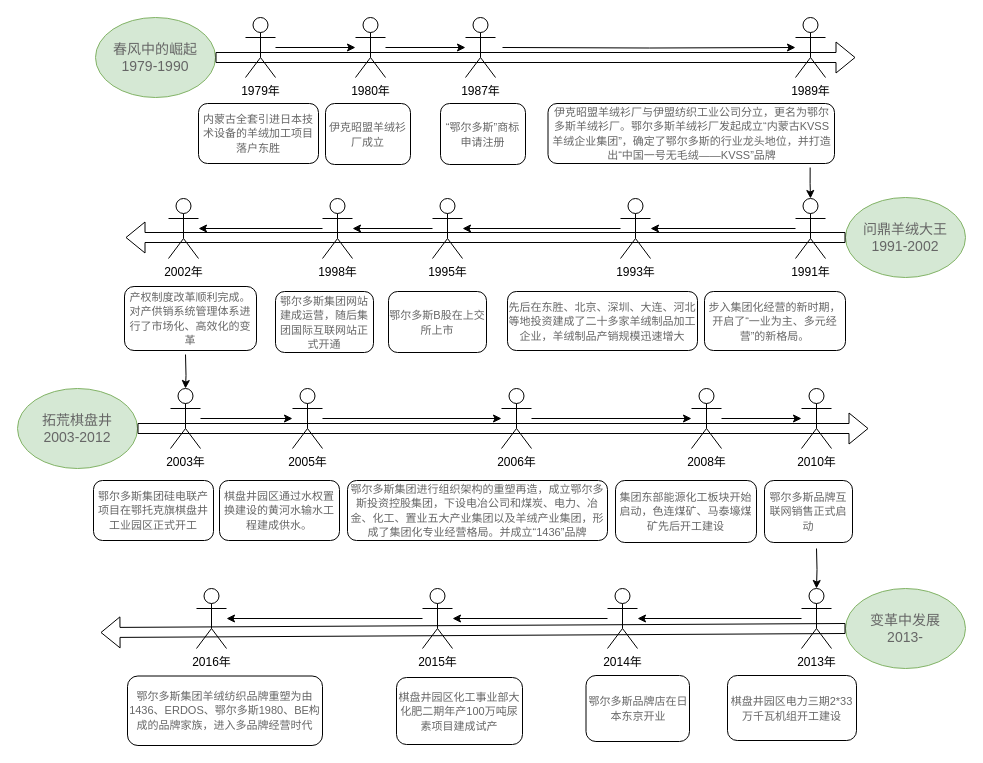
quizhi44/linklink keeps this draw.io diagram as 未命名绘图.drawio. Above is the earlier version. Source tidied: cells renumbered, new cells numbered last; positions are measured from the earlier drawing's top-left corner, leaving out a move shared by most shapes. Both pictures are drawn from the tidied source at 100%, with x=0, y=0 at pixel (17, 17).
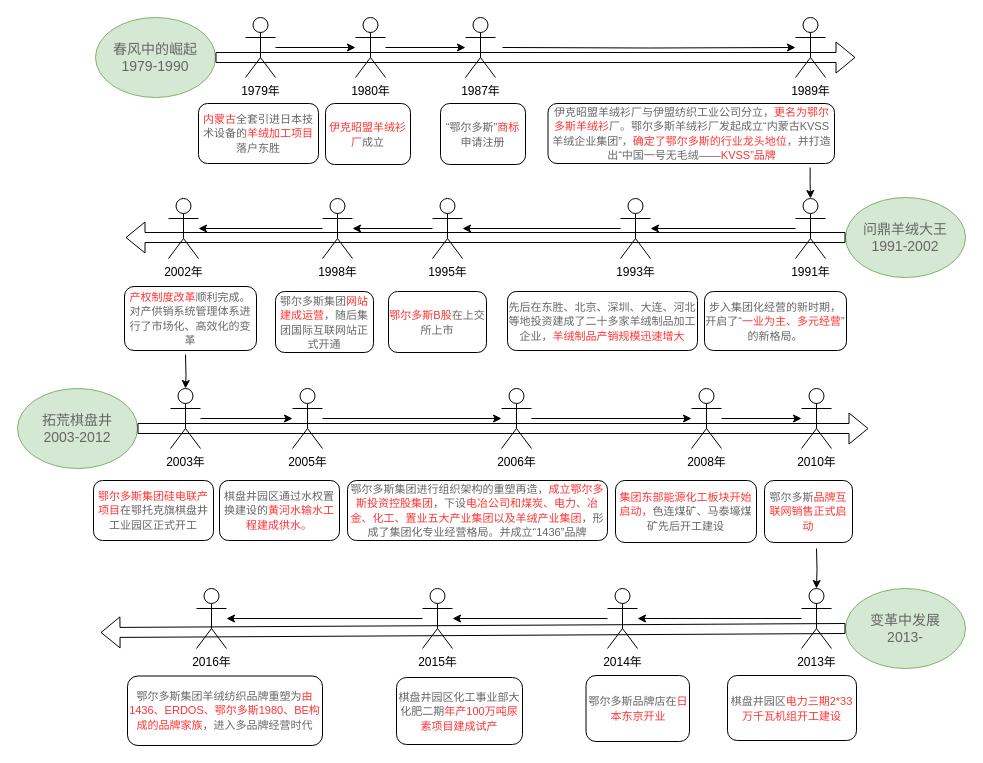
The same diagram, later.

The edit, as a diff of the source:
```diff
@@
-    <mxCell id="18" value="&lt;span style=&quot;color: rgb(102, 102, 102); font-family: 微软雅黑, Arial, Helvetica, sans-serif; font-size: 11px; text-align: left; text-indent: 28px;&quot;&gt;内蒙古全套引进日本技术设备的羊绒加工项目落户东胜&lt;/span&gt;" style="rounded=1;whiteSpace=wrap;html=1;" parent="1" vertex="1">
+    <mxCell id="18" value="&lt;span style=&quot;font-family: 微软雅黑, Arial, Helvetica, sans-serif; font-size: 11px; text-align: left; text-indent: 28px;&quot;&gt;&lt;font color=&quot;#ff3333&quot;&gt;内蒙古&lt;/font&gt;&lt;/span&gt;&lt;span style=&quot;color: rgb(102, 102, 102); font-family: 微软雅黑, Arial, Helvetica, sans-serif; font-size: 11px; text-align: left; text-indent: 28px;&quot;&gt;全套引进日本技术设备的&lt;/span&gt;&lt;span style=&quot;font-family: 微软雅黑, Arial, Helvetica, sans-serif; font-size: 11px; text-align: left; text-indent: 28px;&quot;&gt;&lt;font color=&quot;#ff3333&quot;&gt;羊绒加工项目&lt;/font&gt;&lt;/span&gt;&lt;span style=&quot;color: rgb(102, 102, 102); font-family: 微软雅黑, Arial, Helvetica, sans-serif; font-size: 11px; text-align: left; text-indent: 28px;&quot;&gt;落户东胜&lt;/span&gt;" style="rounded=1;whiteSpace=wrap;html=1;" parent="1" vertex="1">
       <mxGeometry x="181" y="86" width="120" height="60" as="geometry" />
     </mxCell>
@@
-    <mxCell id="21" value="&lt;font style=&quot;font-size: 11px;&quot;&gt;&lt;span style=&quot;color: rgb(102, 102, 102); font-family: 微软雅黑, Arial, Helvetica, sans-serif; text-align: start; text-indent: 28px;&quot;&gt;&lt;font style=&quot;&quot;&gt;伊克昭盟&lt;/font&gt;&lt;/span&gt;&lt;span style=&quot;color: rgb(102, 102, 102); font-family: 微软雅黑, Arial, Helvetica, sans-serif; text-align: start; text-indent: 28px;&quot;&gt;羊绒衫厂成立&lt;/span&gt;&lt;/font&gt;" style="rounded=1;whiteSpace=wrap;html=1;" parent="1" vertex="1">
+    <mxCell id="21" value="&lt;font style=&quot;font-size: 11px;&quot;&gt;&lt;font color=&quot;#ff3333&quot;&gt;&lt;span style=&quot;font-family: 微软雅黑, Arial, Helvetica, sans-serif; text-align: start; text-indent: 28px;&quot;&gt;&lt;font style=&quot;&quot;&gt;伊克昭盟&lt;/font&gt;&lt;/span&gt;&lt;span style=&quot;font-family: 微软雅黑, Arial, Helvetica, sans-serif; text-align: start; text-indent: 28px;&quot;&gt;羊绒衫厂&lt;/span&gt;&lt;/font&gt;&lt;span style=&quot;color: rgb(102, 102, 102); font-family: 微软雅黑, Arial, Helvetica, sans-serif; text-align: start; text-indent: 28px;&quot;&gt;成立&lt;/span&gt;&lt;/font&gt;" style="rounded=1;whiteSpace=wrap;html=1;" parent="1" vertex="1">
       <mxGeometry x="308" y="86" width="85" height="61" as="geometry" />
     </mxCell>
-    <mxCell id="22" value="&lt;span style=&quot;color: rgb(102, 102, 102); font-family: 微软雅黑, Arial, Helvetica, sans-serif; text-align: start; text-indent: 28px;&quot;&gt;&lt;font style=&quot;font-size: 11px;&quot;&gt;“鄂尔多斯”商标申请注册&lt;/font&gt;&lt;/span&gt;" style="rounded=1;whiteSpace=wrap;html=1;" parent="1" vertex="1">
+    <mxCell id="22" value="&lt;span style=&quot;font-family: 微软雅黑, Arial, Helvetica, sans-serif; text-align: start; text-indent: 28px;&quot;&gt;&lt;font style=&quot;font-size: 11px;&quot;&gt;&lt;font color=&quot;#666666&quot;&gt;“鄂尔多斯”&lt;/font&gt;&lt;font color=&quot;#ff3333&quot;&gt;商标&lt;/font&gt;&lt;font color=&quot;#666666&quot;&gt;申请注册&lt;/font&gt;&lt;/font&gt;&lt;/span&gt;" style="rounded=1;whiteSpace=wrap;html=1;" parent="1" vertex="1">
       <mxGeometry x="423" y="86" width="85" height="61" as="geometry" />
     </mxCell>
-    <mxCell id="23" value="&lt;font style=&quot;font-size: 11px;&quot;&gt;&lt;span style=&quot;color: rgb(102, 102, 102); font-family: 微软雅黑, Arial, Helvetica, sans-serif; text-align: start; text-indent: 28px;&quot;&gt;&lt;font style=&quot;&quot;&gt;伊克昭盟羊绒衫厂与伊盟纺织工业公司分立，更名为鄂尔多斯羊绒衫厂。&lt;/font&gt;&lt;/span&gt;&lt;span style=&quot;color: rgb(102, 102, 102); font-family: 微软雅黑, Arial, Helvetica, sans-serif; text-align: start; text-indent: 28px;&quot;&gt;鄂尔多斯羊绒衫厂发起成立“内蒙古KVSS羊绒企业集团”，确定了鄂尔多斯的行业龙头地位，并打造出“中国一号无毛绒——KVSS”品牌&lt;/span&gt;&lt;/font&gt;" style="rounded=1;whiteSpace=wrap;html=1;" parent="1" vertex="1">
+    <mxCell id="23" value="&lt;font style=&quot;font-size: 11px;&quot;&gt;&lt;span style=&quot;font-family: 微软雅黑, Arial, Helvetica, sans-serif; text-align: start; text-indent: 28px;&quot;&gt;&lt;font style=&quot;&quot;&gt;&lt;font color=&quot;#666666&quot;&gt;伊克昭盟羊绒衫厂与伊盟纺织工业公司分立，&lt;/font&gt;&lt;font color=&quot;#ff3333&quot;&gt;更名为鄂尔多斯羊绒衫&lt;/font&gt;&lt;font color=&quot;#666666&quot;&gt;厂。&lt;/font&gt;&lt;/font&gt;&lt;/span&gt;&lt;span style=&quot;color: rgb(102, 102, 102); font-family: 微软雅黑, Arial, Helvetica, sans-serif; text-align: start; text-indent: 28px;&quot;&gt;鄂尔多斯羊绒衫厂发起成立“内蒙古KVSS羊绒企业集团”，&lt;/span&gt;&lt;span style=&quot;font-family: 微软雅黑, Arial, Helvetica, sans-serif; text-align: start; text-indent: 28px;&quot;&gt;&lt;font color=&quot;#ff3333&quot;&gt;确定了鄂尔多斯的行业龙头地位&lt;/font&gt;&lt;/span&gt;&lt;span style=&quot;color: rgb(102, 102, 102); font-family: 微软雅黑, Arial, Helvetica, sans-serif; text-align: start; text-indent: 28px;&quot;&gt;，并打造出“中国一号无毛绒——&lt;/span&gt;&lt;span style=&quot;font-family: 微软雅黑, Arial, Helvetica, sans-serif; text-align: start; text-indent: 28px;&quot;&gt;&lt;font color=&quot;#ff3333&quot;&gt;KVSS”品牌&lt;/font&gt;&lt;/span&gt;&lt;/font&gt;" style="rounded=1;whiteSpace=wrap;html=1;" parent="1" vertex="1">
       <mxGeometry x="530.5" y="86" width="286.5" height="60" as="geometry" />
     </mxCell>
@@
-    <mxCell id="25" value="&lt;span style=&quot;color: rgb(102, 102, 102); font-family: 微软雅黑, Arial, Helvetica, sans-serif; text-align: start;&quot;&gt;&lt;font style=&quot;font-size: 11px;&quot;&gt;步入集团化经营的新时期，开启了“一业为主、多元经营”的新格局。&lt;/font&gt;&lt;/span&gt;" style="rounded=1;whiteSpace=wrap;html=1;" parent="1" vertex="1">
-      <mxGeometry x="687" y="274" width="141" height="59" as="geometry" />
+    <mxCell id="25" value="&lt;span style=&quot;font-family: 微软雅黑, Arial, Helvetica, sans-serif; text-align: start;&quot;&gt;&lt;font style=&quot;font-size: 11px;&quot;&gt;&lt;font color=&quot;#666666&quot;&gt;步入集团化经营的新时期，开启了“&lt;/font&gt;&lt;font color=&quot;#ff3333&quot;&gt;一业为主、多元经营&lt;/font&gt;&lt;font color=&quot;#666666&quot;&gt;”的新格局。&lt;/font&gt;&lt;/font&gt;&lt;/span&gt;" style="rounded=1;whiteSpace=wrap;html=1;" parent="1" vertex="1">
+      <mxGeometry x="687" y="274" width="142" height="59" as="geometry" />
     </mxCell>
@@
-    <mxCell id="28" value="&lt;span style=&quot;color: rgb(102, 102, 102); font-family: 微软雅黑, Arial, Helvetica, sans-serif; text-align: start;&quot;&gt;&lt;font style=&quot;font-size: 11px;&quot;&gt;先后在东胜、北京、深圳、大连、河北等地投资建成了二十多家羊绒制品加工企业，羊绒制品产销规模迅速增大&lt;/font&gt;&lt;/span&gt;" style="rounded=1;whiteSpace=wrap;html=1;" parent="1" vertex="1">
+    <mxCell id="28" value="&lt;span style=&quot;font-family: 微软雅黑, Arial, Helvetica, sans-serif; text-align: start;&quot;&gt;&lt;font style=&quot;font-size: 11px;&quot;&gt;&lt;font color=&quot;#666666&quot;&gt;先后在东胜、北京、深圳、大连、河北等地投资建成了二十多家羊绒制品加工企业，&lt;/font&gt;&lt;font color=&quot;#ff3333&quot;&gt;羊绒制品产销规模迅速增大&lt;/font&gt;&lt;/font&gt;&lt;/span&gt;" style="rounded=1;whiteSpace=wrap;html=1;" parent="1" vertex="1">
       <mxGeometry x="490" y="274" width="190" height="59" as="geometry" />
     </mxCell>
@@
-    <mxCell id="31" value="&lt;span style=&quot;color: rgb(102, 102, 102); font-family: 微软雅黑, Arial, Helvetica, sans-serif; text-align: start;&quot;&gt;&lt;font style=&quot;font-size: 11px;&quot;&gt;鄂尔多斯B股在上交所上市&lt;/font&gt;&lt;/span&gt;" style="rounded=1;whiteSpace=wrap;html=1;" parent="1" vertex="1">
+    <mxCell id="31" value="&lt;span style=&quot;font-family: 微软雅黑, Arial, Helvetica, sans-serif; text-align: start;&quot;&gt;&lt;font style=&quot;font-size: 11px;&quot;&gt;&lt;font color=&quot;#ff3333&quot;&gt;鄂尔多斯B股&lt;/font&gt;&lt;font color=&quot;#666666&quot;&gt;在上交所上市&lt;/font&gt;&lt;/font&gt;&lt;/span&gt;" style="rounded=1;whiteSpace=wrap;html=1;" parent="1" vertex="1">
       <mxGeometry x="371" y="274" width="98" height="61" as="geometry" />
     </mxCell>
@@
-    <mxCell id="34" value="&lt;span style=&quot;color: rgb(102, 102, 102); font-family: 微软雅黑, Arial, Helvetica, sans-serif; text-align: start;&quot;&gt;&lt;font style=&quot;font-size: 11px;&quot;&gt;鄂尔多斯集团网站建成运营，随后集团国际互联网站正式开通&lt;/font&gt;&lt;/span&gt;" style="rounded=1;whiteSpace=wrap;html=1;" parent="1" vertex="1">
+    <mxCell id="34" value="&lt;span style=&quot;font-family: 微软雅黑, Arial, Helvetica, sans-serif; text-align: start;&quot;&gt;&lt;font style=&quot;font-size: 11px;&quot;&gt;&lt;font color=&quot;#666666&quot;&gt;鄂尔多斯集团&lt;/font&gt;&lt;font color=&quot;#ff3333&quot;&gt;网站建成运营&lt;/font&gt;&lt;font color=&quot;#666666&quot;&gt;，随后集团国际互联网站正式开通&lt;/font&gt;&lt;/font&gt;&lt;/span&gt;" style="rounded=1;whiteSpace=wrap;html=1;" parent="1" vertex="1">
       <mxGeometry x="258" y="274" width="98" height="61" as="geometry" />
     </mxCell>
@@
-    <mxCell id="37" value="&lt;font style=&quot;font-size: 11px;&quot;&gt;&lt;span style=&quot;color: rgb(102, 102, 102); font-family: 微软雅黑, Arial, Helvetica, sans-serif; text-align: start;&quot;&gt;产权制度改革顺利完成。&lt;/span&gt;&lt;span style=&quot;color: rgb(102, 102, 102); font-family: 微软雅黑, Arial, Helvetica, sans-serif; text-align: start;&quot;&gt;对产供销系统管理体系进行了市场化、高效化的变革&lt;/span&gt;&lt;/font&gt;" style="rounded=1;whiteSpace=wrap;html=1;" parent="1" vertex="1">
+    <mxCell id="37" value="&lt;font style=&quot;font-size: 11px;&quot;&gt;&lt;span style=&quot;font-family: 微软雅黑, Arial, Helvetica, sans-serif; text-align: start;&quot;&gt;&lt;font color=&quot;#ff3333&quot;&gt;产权制度改革&lt;/font&gt;&lt;/span&gt;&lt;span style=&quot;color: rgb(102, 102, 102); font-family: 微软雅黑, Arial, Helvetica, sans-serif; text-align: start;&quot;&gt;顺利完成。&lt;/span&gt;&lt;span style=&quot;color: rgb(102, 102, 102); font-family: 微软雅黑, Arial, Helvetica, sans-serif; text-align: start;&quot;&gt;对产供销系统管理体系进行了市场化、高效化的变革&lt;/span&gt;&lt;/font&gt;" style="rounded=1;whiteSpace=wrap;html=1;" parent="1" vertex="1">
       <mxGeometry x="107" y="269" width="132" height="64" as="geometry" />
     </mxCell>
@@
-    <mxCell id="40" value="&lt;span style=&quot;color: rgb(102, 102, 102); font-family: 微软雅黑, Arial, Helvetica, sans-serif; text-align: start;&quot;&gt;&lt;font style=&quot;font-size: 11px;&quot;&gt;鄂尔多斯集团硅电联产项目在鄂托克旗棋盘井工业园区正式开工&lt;/font&gt;&lt;/span&gt;" style="rounded=1;whiteSpace=wrap;html=1;" parent="1" vertex="1">
+    <mxCell id="40" value="&lt;span style=&quot;font-family: 微软雅黑, Arial, Helvetica, sans-serif; text-align: start;&quot;&gt;&lt;font style=&quot;font-size: 11px;&quot;&gt;&lt;font color=&quot;#ff3333&quot;&gt;鄂尔多斯集团硅电联产项目&lt;/font&gt;&lt;font color=&quot;#666666&quot;&gt;在鄂托克旗棋盘井工业园区正式开工&lt;/font&gt;&lt;/font&gt;&lt;/span&gt;" style="rounded=1;whiteSpace=wrap;html=1;" parent="1" vertex="1">
       <mxGeometry x="76" y="463" width="120" height="60" as="geometry" />
     </mxCell>
@@
-    <mxCell id="43" value="&lt;span style=&quot;color: rgb(102, 102, 102); font-family: 微软雅黑, Arial, Helvetica, sans-serif; text-align: start;&quot;&gt;&lt;font style=&quot;font-size: 11px;&quot;&gt;棋盘井园区通过水权置换建设的黄河水输水工程建成供水。&lt;/font&gt;&lt;/span&gt;" style="rounded=1;whiteSpace=wrap;html=1;" parent="1" vertex="1">
+    <mxCell id="43" value="&lt;span style=&quot;font-family: 微软雅黑, Arial, Helvetica, sans-serif; text-align: start;&quot;&gt;&lt;font style=&quot;font-size: 11px;&quot;&gt;&lt;font color=&quot;#666666&quot;&gt;棋盘井园区通过水权置换建设的&lt;/font&gt;&lt;font color=&quot;#ff3333&quot;&gt;黄河水输水工程建成供水。&lt;/font&gt;&lt;/font&gt;&lt;/span&gt;" style="rounded=1;whiteSpace=wrap;html=1;" parent="1" vertex="1">
       <mxGeometry x="202" y="463" width="120" height="60" as="geometry" />
     </mxCell>
@@
-    <mxCell id="46" value="&lt;span style=&quot;color: rgb(102, 102, 102); font-family: 微软雅黑, Arial, Helvetica, sans-serif; text-align: start;&quot;&gt;&lt;font style=&quot;font-size: 11px;&quot;&gt;鄂尔多斯集团进行组织架构的重塑再造，成立鄂尔多斯投资控股集团，下设电冶公司和煤炭、电力、冶金、化工、置业五大产业集团以及羊绒产业集团，形成了集团化专业经营格局。并成立&lt;/font&gt;&lt;/span&gt;&lt;span style=&quot;color: rgb(102, 102, 102); font-family: 微软雅黑, Arial, Helvetica, sans-serif; text-align: start;&quot;&gt;&lt;font style=&quot;font-size: 11px;&quot;&gt;“1436”品牌&lt;/font&gt;&lt;/span&gt;" style="rounded=1;whiteSpace=wrap;html=1;" parent="1" vertex="1">
+    <mxCell id="46" value="&lt;span style=&quot;font-family: 微软雅黑, Arial, Helvetica, sans-serif; text-align: start;&quot;&gt;&lt;font style=&quot;font-size: 11px;&quot;&gt;&lt;font color=&quot;#666666&quot;&gt;鄂尔多斯集团进行组织架构的重塑再造，&lt;/font&gt;&lt;font color=&quot;#ff3333&quot;&gt;成立鄂尔多斯投资控股集团&lt;/font&gt;&lt;font color=&quot;#666666&quot;&gt;，下设&lt;/font&gt;&lt;font color=&quot;#ff3333&quot;&gt;电冶公司和煤炭、电力、冶金、化工、置业五大产业集团以及羊绒产业集团&lt;/font&gt;&lt;font color=&quot;#666666&quot;&gt;，形成了集团化专业经营格局。并成立&lt;/font&gt;&lt;/font&gt;&lt;/span&gt;&lt;span style=&quot;color: rgb(102, 102, 102); font-family: 微软雅黑, Arial, Helvetica, sans-serif; text-align: start;&quot;&gt;&lt;font style=&quot;font-size: 11px;&quot;&gt;“1436”品牌&lt;/font&gt;&lt;/span&gt;" style="rounded=1;whiteSpace=wrap;html=1;" parent="1" vertex="1">
       <mxGeometry x="330" y="463" width="260" height="60" as="geometry" />
     </mxCell>
@@
-    <mxCell id="49" value="&lt;span style=&quot;color: rgb(102, 102, 102); font-family: 微软雅黑, Arial, Helvetica, sans-serif; text-align: start;&quot;&gt;&lt;font style=&quot;font-size: 11px;&quot;&gt;集团东部能源化工板块开始启动，色连煤矿、马泰壕煤矿先后开工建设&lt;/font&gt;&lt;/span&gt;" style="rounded=1;whiteSpace=wrap;html=1;" parent="1" vertex="1">
+    <mxCell id="49" value="&lt;span style=&quot;font-family: 微软雅黑, Arial, Helvetica, sans-serif; text-align: start;&quot;&gt;&lt;font style=&quot;font-size: 11px;&quot;&gt;&lt;font color=&quot;#ff3333&quot;&gt;集团东部能源化工板块开始启动，&lt;/font&gt;&lt;font color=&quot;#666666&quot;&gt;色连煤矿、马泰壕煤矿先后开工建设&lt;/font&gt;&lt;/font&gt;&lt;/span&gt;" style="rounded=1;whiteSpace=wrap;html=1;" parent="1" vertex="1">
       <mxGeometry x="598" y="463" width="141" height="62" as="geometry" />
     </mxCell>
@@
-    <mxCell id="52" value="&lt;span style=&quot;color: rgb(102, 102, 102); font-family: 微软雅黑, Arial, Helvetica, sans-serif; text-align: start;&quot;&gt;&lt;font style=&quot;font-size: 11px;&quot;&gt;鄂尔多斯品牌互联网销售正式启动&lt;/font&gt;&lt;/span&gt;" style="rounded=1;whiteSpace=wrap;html=1;" parent="1" vertex="1">
+    <mxCell id="52" value="&lt;span style=&quot;font-family: 微软雅黑, Arial, Helvetica, sans-serif; text-align: start;&quot;&gt;&lt;font style=&quot;font-size: 11px;&quot;&gt;&lt;font color=&quot;#666666&quot;&gt;鄂尔多斯&lt;/font&gt;&lt;font color=&quot;#ff3333&quot;&gt;品牌互联网销售正式启动&lt;/font&gt;&lt;/font&gt;&lt;/span&gt;" style="rounded=1;whiteSpace=wrap;html=1;" parent="1" vertex="1">
       <mxGeometry x="747" y="463" width="88" height="62" as="geometry" />
     </mxCell>
@@
-    <mxCell id="55" value="&lt;span style=&quot;color: rgb(102, 102, 102); font-family: 微软雅黑, Arial, Helvetica, sans-serif; text-align: start; text-indent: 28px;&quot;&gt;&lt;font style=&quot;font-size: 11px;&quot;&gt;棋盘井园区电力三期2*33万千瓦机组开工建设&lt;/font&gt;&lt;/span&gt;" style="rounded=1;whiteSpace=wrap;html=1;" parent="1" vertex="1">
+    <mxCell id="55" value="&lt;span style=&quot;font-family: 微软雅黑, Arial, Helvetica, sans-serif; text-align: start; text-indent: 28px;&quot;&gt;&lt;font style=&quot;font-size: 11px;&quot;&gt;&lt;font color=&quot;#666666&quot;&gt;棋盘井园区&lt;/font&gt;&lt;font color=&quot;#ff3333&quot;&gt;电力三期2*33万千瓦机组开工建设&lt;/font&gt;&lt;/font&gt;&lt;/span&gt;" style="rounded=1;whiteSpace=wrap;html=1;" parent="1" vertex="1">
       <mxGeometry x="710" y="658" width="129" height="65" as="geometry" />
     </mxCell>
@@
-    <mxCell id="58" value="&lt;span style=&quot;color: rgb(102, 102, 102); font-family: 微软雅黑, Arial, Helvetica, sans-serif; text-align: start; text-indent: 28px;&quot;&gt;&lt;font style=&quot;font-size: 11px;&quot;&gt;鄂尔多斯品牌店在日本东京开业&lt;/font&gt;&lt;/span&gt;" style="rounded=1;whiteSpace=wrap;html=1;" parent="1" vertex="1">
+    <mxCell id="58" value="&lt;span style=&quot;font-family: 微软雅黑, Arial, Helvetica, sans-serif; text-align: start; text-indent: 28px;&quot;&gt;&lt;font style=&quot;font-size: 11px;&quot;&gt;&lt;font color=&quot;#666666&quot;&gt;鄂尔多斯品牌店在&lt;/font&gt;&lt;font color=&quot;#ff3333&quot;&gt;日本东京开业&lt;/font&gt;&lt;/font&gt;&lt;/span&gt;" style="rounded=1;whiteSpace=wrap;html=1;" parent="1" vertex="1">
       <mxGeometry x="568.5" y="658" width="103.5" height="66" as="geometry" />
     </mxCell>
@@
-    <mxCell id="61" value="&lt;span style=&quot;color: rgb(102, 102, 102); font-family: 微软雅黑, Arial, Helvetica, sans-serif; text-align: start; text-indent: 28px;&quot;&gt;&lt;font style=&quot;font-size: 11px;&quot;&gt;棋盘井园区化工事业部大化肥二期年产100万吨尿素项目建成试产&lt;/font&gt;&lt;/span&gt;" style="rounded=1;whiteSpace=wrap;html=1;" parent="1" vertex="1">
+    <mxCell id="61" value="&lt;span style=&quot;font-family: 微软雅黑, Arial, Helvetica, sans-serif; text-align: start; text-indent: 28px;&quot;&gt;&lt;font style=&quot;font-size: 11px;&quot;&gt;&lt;font color=&quot;#666666&quot;&gt;棋盘井园区化工事业部大化肥二期&lt;/font&gt;&lt;font color=&quot;#ff3333&quot;&gt;年产100万吨尿素项目建成试产&lt;/font&gt;&lt;/font&gt;&lt;/span&gt;" style="rounded=1;whiteSpace=wrap;html=1;" parent="1" vertex="1">
       <mxGeometry x="379" y="660" width="126" height="67" as="geometry" />
     </mxCell>
@@
-    <mxCell id="63" value="&lt;span style=&quot;color: rgb(102, 102, 102); font-family: 微软雅黑, Arial, Helvetica, sans-serif; text-align: start; text-indent: 28px;&quot;&gt;&lt;font style=&quot;font-size: 11px;&quot;&gt;鄂尔多斯集团羊绒纺织品牌重塑为由1436、ERDOS、鄂尔多斯1980、BE构成的品牌家族，进入多品牌经营时代&lt;/font&gt;&lt;/span&gt;" style="rounded=1;whiteSpace=wrap;html=1;" parent="1" vertex="1">
+    <mxCell id="63" value="&lt;span style=&quot;font-family: 微软雅黑, Arial, Helvetica, sans-serif; text-align: start; text-indent: 28px;&quot;&gt;&lt;font style=&quot;font-size: 11px;&quot;&gt;&lt;font color=&quot;#666666&quot;&gt;鄂尔多斯集团羊绒纺织品牌重塑为&lt;/font&gt;&lt;font color=&quot;#ff3333&quot;&gt;由1436、ERDOS、鄂尔多斯1980、BE构成的品牌家族&lt;/font&gt;&lt;font color=&quot;#666666&quot;&gt;，进入多品牌经营时代&lt;/font&gt;&lt;/font&gt;&lt;/span&gt;" style="rounded=1;whiteSpace=wrap;html=1;" parent="1" vertex="1">
       <mxGeometry x="110" y="658.5" width="195" height="69.5" as="geometry" />
     </mxCell>
```
